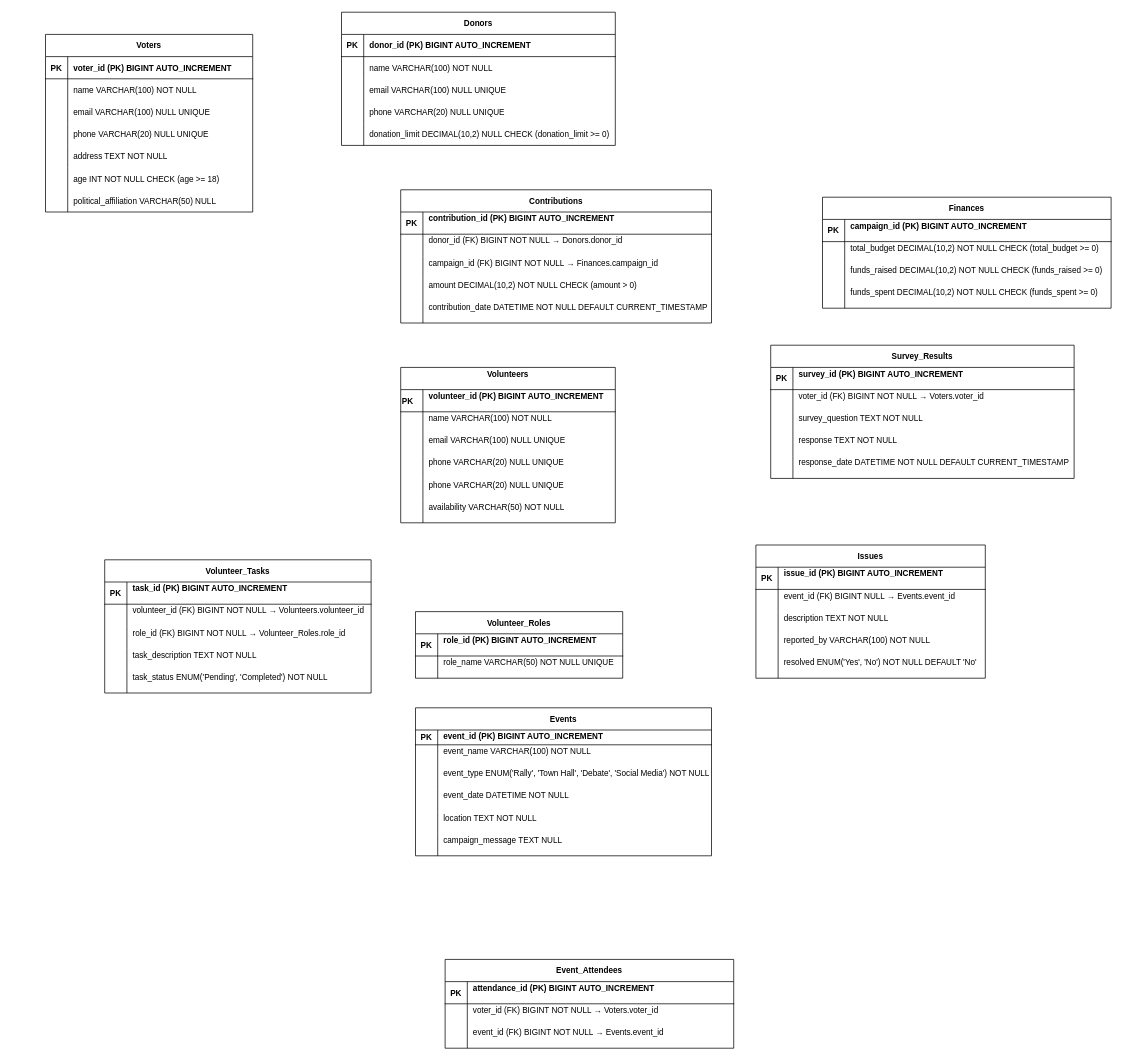
This is Untitled Diagram.drawio from SergejusSG/git-demo1, a draw.io file, before an edit. Source tidied: cells renumbered, new cells numbered last; positions are measured from the earlier drawing's top-left corner, leaving out a move shared by most shapes. Both pictures are drawn from the tidied source at 74%, with x=0, y=0 at pixel (45, 12).
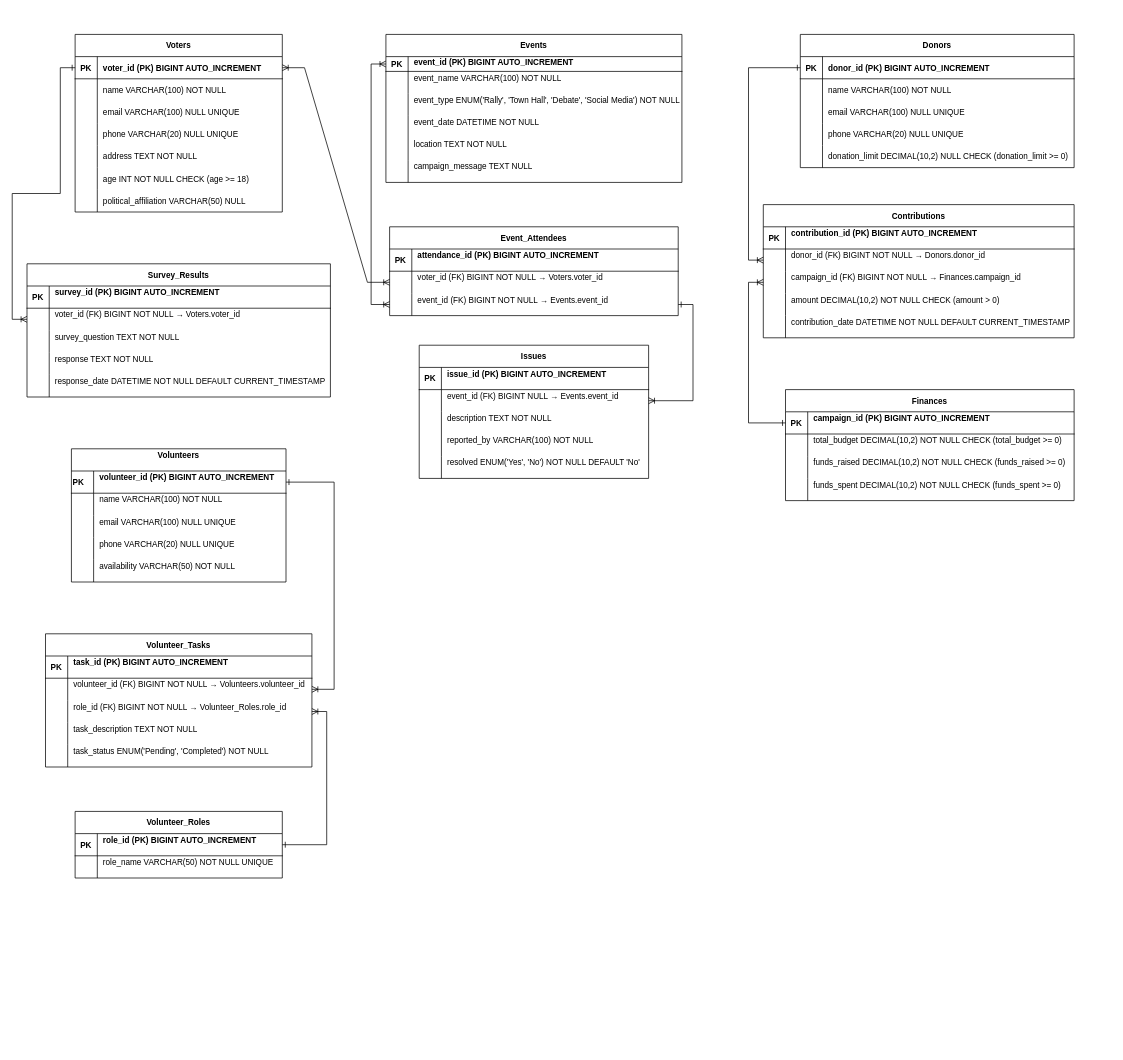
Above is the later version.

The change refers to these unchanged cells:
```xml
<mxCell id="3" style="shape=partialRectangle;fillColor=none;points=[[0,0.5],[1,0.5]];portConstraint=eastwest;top=0;left=0;right=0;bottom=1;fontSize=11;" parent="2" vertex="1">
  <mxGeometry y="30" width="280" height="30" as="geometry" />
</mxCell>
<mxCell id="25" style="shape=partialRectangle;fillColor=none;points=[[0,0.5],[1,0.5]];portConstraint=eastwest;top=0;left=0;right=0;bottom=1;fontSize=11;" parent="24" vertex="1">
  <mxGeometry y="30" width="370" height="30" as="geometry" />
</mxCell>
<mxCell id="44" style="shape=partialRectangle;fillColor=none;points=[[0,0.5],[1,0.5]];portConstraint=eastwest;top=0;left=0;right=0;bottom=0;fontSize=11;" parent="40" vertex="1">
  <mxGeometry y="60" width="420" height="30" as="geometry" />
</mxCell>
<mxCell id="47" style="shape=partialRectangle;fillColor=none;points=[[0,0.5],[1,0.5]];portConstraint=eastwest;top=0;left=0;right=0;bottom=0;fontSize=11;" parent="40" vertex="1">
  <mxGeometry y="90" width="420" height="30" as="geometry" />
</mxCell>
<mxCell id="57" style="shape=partialRectangle;fillColor=none;points=[[0,0.5],[1,0.5]];portConstraint=eastwest;top=0;left=0;right=0;bottom=1;fontSize=11;align=left;" parent="56" vertex="1">
  <mxGeometry y="30" width="290" height="30" as="geometry" />
</mxCell>
<mxCell id="76" style="shape=partialRectangle;fillColor=none;points=[[0,0.5],[1,0.5]];portConstraint=eastwest;top=0;left=0;right=0;bottom=1;fontSize=11;" parent="75" vertex="1">
  <mxGeometry y="30" width="280" height="30" as="geometry" />
</mxCell>
<mxCell id="83" style="shape=partialRectangle;fillColor=none;points=[[0,0.5],[1,0.5]];portConstraint=eastwest;top=0;left=0;right=0;bottom=1;fontSize=11;" parent="82" vertex="1">
  <mxGeometry y="30" width="390" height="30" as="geometry" />
</mxCell>
<mxCell id="99" style="shape=partialRectangle;fillColor=none;points=[[0,0.5],[1,0.5]];portConstraint=eastwest;top=0;left=0;right=0;bottom=0;fontSize=11;" parent="95" vertex="1">
  <mxGeometry y="60" width="310" height="30" as="geometry" />
</mxCell>
<mxCell id="115" style="shape=partialRectangle;fillColor=none;points=[[0,0.5],[1,0.5]];portConstraint=eastwest;top=0;left=0;right=0;bottom=0;fontSize=11;" parent="111" vertex="1">
  <mxGeometry y="60" width="410" height="30" as="geometry" />
</mxCell>
<mxCell id="128" style="shape=partialRectangle;fillColor=none;points=[[0,0.5],[1,0.5]];portConstraint=eastwest;top=0;left=0;right=0;bottom=1;fontSize=11;" parent="127" vertex="1">
  <mxGeometry y="30" width="400" height="20" as="geometry" />
</mxCell>
<mxCell id="150" style="shape=partialRectangle;fillColor=none;points=[[0,0.5],[1,0.5]];portConstraint=eastwest;top=0;left=0;right=0;bottom=0;fontSize=11;" parent="146" vertex="1">
  <mxGeometry y="60" width="390" height="30" as="geometry" />
</mxCell>
<mxCell id="153" style="shape=partialRectangle;fillColor=none;points=[[0,0.5],[1,0.5]];portConstraint=eastwest;top=0;left=0;right=0;bottom=0;fontSize=11;" parent="146" vertex="1">
  <mxGeometry y="90" width="390" height="30" as="geometry" />
</mxCell>
<mxCell id="160" style="shape=partialRectangle;fillColor=none;points=[[0,0.5],[1,0.5]];portConstraint=eastwest;top=0;left=0;right=0;bottom=0;fontSize=11;" parent="156" vertex="1">
  <mxGeometry y="60" width="360" height="30" as="geometry" />
</mxCell>
<mxCell id="163" style="shape=partialRectangle;fillColor=none;points=[[0,0.5],[1,0.5]];portConstraint=eastwest;top=0;left=0;right=0;bottom=0;fontSize=11;" parent="156" vertex="1">
  <mxGeometry y="90" width="360" height="30" as="geometry" />
</mxCell>
```

The edit, as a diff of the source:
```diff
@@
     <mxCell id="2" value="Voters" style="shape=table;startSize=30;childLayout=tableLayout;rowLines=0;fontStyle=1;align=center;fontSize=11;" parent="1" vertex="1">
-      <mxGeometry y="30" width="280" height="240" as="geometry" />
+      <mxGeometry x="40" y="30" width="280" height="240" as="geometry" />
     </mxCell>
@@
     <mxCell id="24" value="Donors" style="shape=table;startSize=30;childLayout=tableLayout;rowLines=0;fontStyle=1;align=center;fontSize=11;" parent="1" vertex="1">
-      <mxGeometry x="400" width="370" height="180" as="geometry" />
+      <mxGeometry x="1020" y="30" width="370" height="180" as="geometry" />
     </mxCell>
@@
     <mxCell id="40" value="Contributions" style="shape=table;startSize=30;childLayout=tableLayout;rowLines=0;fontStyle=1;align=center;fontSize=11;" parent="1" vertex="1">
-      <mxGeometry x="480" y="240" width="420" height="180" as="geometry" />
+      <mxGeometry x="970" y="260" width="420" height="180" as="geometry" />
     </mxCell>
@@
     <mxCell id="56" value="Volunteers&#10;" style="shape=table;startSize=30;childLayout=tableLayout;rowLines=0;fontStyle=1;align=center;fontSize=11;" parent="1" vertex="1">
-      <mxGeometry x="480" y="480" width="290" height="210" as="geometry" />
+      <mxGeometry x="35" y="590" width="290" height="180" as="geometry" />
     </mxCell>
@@
-    <mxCell id="69" style="shape=partialRectangle;fillColor=none;top=0;left=0;right=0;bottom=0;fontSize=11;align=left;" parent="56" vertex="1">
-      <mxGeometry y="150" width="290" height="30" as="geometry" />
-    </mxCell>
-    <mxCell id="70" style="shape=partialRectangle;overflow=hidden;fillColor=none;top=0;left=0;bottom=0;right=0;fontSize=11;align=left;" parent="69" vertex="1">
-      <mxGeometry width="30" height="30" as="geometry" />
-    </mxCell>
-    <mxCell id="71" value="phone VARCHAR(20) NULL UNIQUE&#10;" style="shape=partialRectangle;overflow=hidden;fillColor=none;top=0;left=0;bottom=0;right=0;align=left;spacingLeft=6;fontSize=11;" parent="69" vertex="1">
-      <mxGeometry x="30" width="260" height="30" as="geometry" />
-    </mxCell>
     <mxCell id="72" style="shape=partialRectangle;fillColor=none;top=0;left=0;right=0;bottom=0;fontSize=11;align=left;" parent="56" vertex="1">
-      <mxGeometry y="180" width="290" height="30" as="geometry" />
+      <mxGeometry y="150" width="290" height="30" as="geometry" />
     </mxCell>
@@
     <mxCell id="75" value="Volunteer_Roles" style="shape=table;startSize=30;childLayout=tableLayout;rowLines=0;fontStyle=1;align=center;fontSize=11;" parent="1" vertex="1">
-      <mxGeometry x="500" y="810" width="280" height="90" as="geometry" />
+      <mxGeometry x="40" y="1080" width="280" height="90" as="geometry" />
     </mxCell>
@@
     <mxCell id="82" value="Finances" style="shape=table;startSize=30;childLayout=tableLayout;rowLines=0;fontStyle=1;align=center;fontSize=11;" parent="1" vertex="1">
-      <mxGeometry x="1050" y="250" width="390" height="150" as="geometry" />
+      <mxGeometry x="1000" y="510" width="390" height="150" as="geometry" />
     </mxCell>
@@
     <mxCell id="95" value="Issues" style="shape=table;startSize=30;childLayout=tableLayout;rowLines=0;fontStyle=1;align=center;fontSize=11;" parent="1" vertex="1">
-      <mxGeometry x="960" y="720" width="310" height="180" as="geometry" />
+      <mxGeometry x="505" y="450" width="310" height="180" as="geometry" />
     </mxCell>
@@
     <mxCell id="111" value="Survey_Results" style="shape=table;startSize=30;childLayout=tableLayout;rowLines=0;fontStyle=1;align=center;fontSize=11;" parent="1" vertex="1">
-      <mxGeometry x="980" y="450" width="410" height="180" as="geometry" />
+      <mxGeometry x="-25" y="340" width="410" height="180" as="geometry" />
     </mxCell>
@@
     <mxCell id="127" value="Events" style="shape=table;startSize=30;childLayout=tableLayout;rowLines=0;fontStyle=1;align=center;fontSize=11;" parent="1" vertex="1">
-      <mxGeometry x="500" y="940" width="400" height="200" as="geometry" />
+      <mxGeometry x="460" y="30" width="400" height="200" as="geometry" />
     </mxCell>
@@
     <mxCell id="146" value="Event_Attendees" style="shape=table;startSize=30;childLayout=tableLayout;rowLines=0;fontStyle=1;align=center;fontSize=11;" parent="1" vertex="1">
-      <mxGeometry x="540" y="1280" width="390" height="120" as="geometry" />
+      <mxGeometry x="465" y="290" width="390" height="120" as="geometry" />
     </mxCell>
@@
     <mxCell id="156" value="Volunteer_Tasks" style="shape=table;startSize=30;childLayout=tableLayout;rowLines=0;fontStyle=1;align=center;fontSize=11;" parent="1" vertex="1">
-      <mxGeometry x="80" y="740" width="360" height="180" as="geometry" />
+      <mxGeometry y="840" width="360" height="180" as="geometry" />
     </mxCell>
@@
+    <mxCell id="172" style="edgeStyle=orthogonalEdgeStyle;rounded=0;jettySize=auto;html=1;entryX=0;entryY=0.5;entryDx=0;entryDy=0;startArrow=ERoneToMany;startFill=0;endArrow=ERone;endFill=0;" parent="1" edge="1" source="115" target="3">
+      <mxGeometry relative="1" as="geometry">
+        <Array as="points">
+          <mxPoint x="-45" y="415" />
+          <mxPoint x="-45" y="245" />
+          <mxPoint x="20" y="245" />
+          <mxPoint x="20" y="75" />
+        </Array>
+      </mxGeometry>
+    </mxCell>
+    <mxCell id="173" style="edgeStyle=entityRelationEdgeStyle;fontSize=12;html=1;endArrow=ERoneToMany;startArrow=ERoneToMany;rounded=0;entryX=0;entryY=0.5;entryDx=0;entryDy=0;exitX=1;exitY=0.5;exitDx=0;exitDy=0;" parent="1" edge="1" source="3" target="150">
+      <mxGeometry relative="1" as="geometry" />
+    </mxCell>
+    <mxCell id="174" style="edgeStyle=orthogonalEdgeStyle;rounded=0;jettySize=auto;html=1;entryX=0;entryY=0.5;entryDx=0;entryDy=0;startArrow=ERoneToMany;startFill=0;endArrow=ERoneToMany;endFill=0;" parent="1" edge="1" source="153" target="128">
+      <mxGeometry relative="1" as="geometry" />
+    </mxCell>
+    <mxCell id="175" style="edgeStyle=orthogonalEdgeStyle;rounded=0;jettySize=auto;html=1;exitX=0;exitY=0.5;exitDx=0;exitDy=0;entryX=0;entryY=0.5;entryDx=0;entryDy=0;startArrow=ERoneToMany;startFill=0;endArrow=ERone;endFill=0;" parent="1" edge="1" source="44" target="25">
+      <mxGeometry relative="1" as="geometry">
+        <Array as="points">
+          <mxPoint x="950" y="335" />
+          <mxPoint x="950" y="75" />
+        </Array>
+      </mxGeometry>
+    </mxCell>
+    <mxCell id="176" style="edgeStyle=orthogonalEdgeStyle;rounded=0;jettySize=auto;html=1;entryX=0;entryY=0.5;entryDx=0;entryDy=0;startArrow=ERoneToMany;startFill=0;endArrow=ERone;endFill=0;" parent="1" edge="1" source="47" target="83">
+      <mxGeometry relative="1" as="geometry">
+        <Array as="points">
+          <mxPoint x="950" y="365" />
+          <mxPoint x="950" y="555" />
+        </Array>
+      </mxGeometry>
+    </mxCell>
+    <mxCell id="177" style="edgeStyle=orthogonalEdgeStyle;rounded=0;jettySize=auto;html=1;entryX=1;entryY=0.5;entryDx=0;entryDy=0;startArrow=ERoneToMany;startFill=0;endArrow=ERone;endFill=0;" parent="1" edge="1" source="99" target="153">
+      <mxGeometry relative="1" as="geometry">
+        <Array as="points">
+          <mxPoint x="875" y="525" />
+          <mxPoint x="875" y="395" />
+        </Array>
+      </mxGeometry>
+    </mxCell>
+    <mxCell id="178" style="edgeStyle=orthogonalEdgeStyle;rounded=0;jettySize=auto;html=1;entryX=1;entryY=0.5;entryDx=0;entryDy=0;startArrow=ERoneToMany;startFill=0;endArrow=ERone;endFill=0;" parent="1" edge="1" source="160" target="57">
+      <mxGeometry relative="1" as="geometry">
+        <Array as="points">
+          <mxPoint x="390" y="915" />
+          <mxPoint x="390" y="635" />
+        </Array>
+      </mxGeometry>
+    </mxCell>
+    <mxCell id="179" style="edgeStyle=orthogonalEdgeStyle;rounded=0;jettySize=auto;html=1;exitX=1;exitY=0.5;exitDx=0;exitDy=0;entryX=1;entryY=0.5;entryDx=0;entryDy=0;startArrow=ERoneToMany;startFill=0;endArrow=ERone;endFill=0;" parent="1" edge="1" source="163" target="76">
+      <mxGeometry relative="1" as="geometry" />
+    </mxCell>
```
